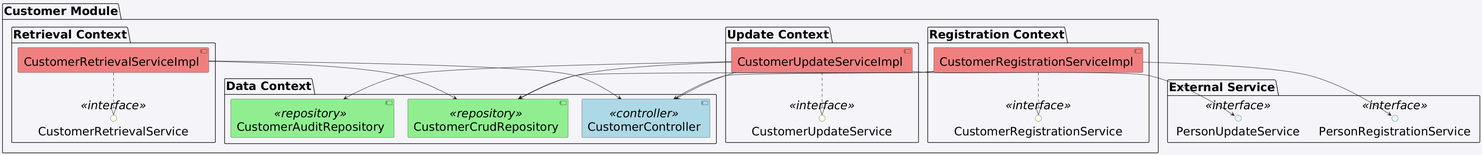
LazaroDamasceno/Dissertacao-Mestrado keeps this PlantUML diagram as figures/api/component_diagram_customer.png. Above is the earlier version.
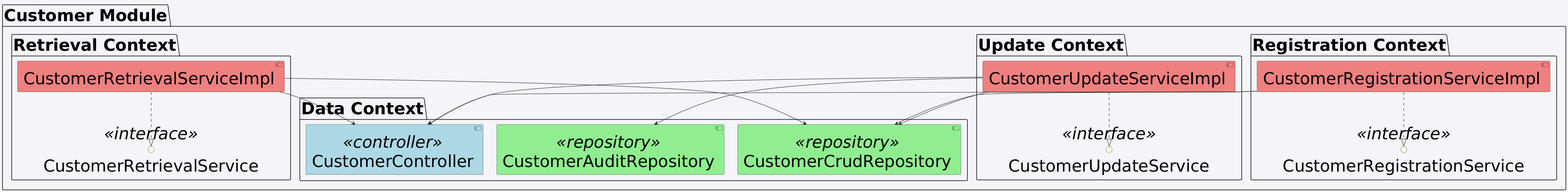
The same file after the commit.

Change to the diagram source:
```diff
@@ -1,51 +1,43 @@
 @startuml
 skinparam backgroundColor #f4f4f9
 skinparam componentStyle uml2
-skinparam defaultFontSize 30
+skinparam defaultFontSize 43
 
 package "Customer Module" {
 
-package "Data Context" {
-    component "CustomerController" <<controller>> #lightblue
-    component "CustomerCrudRepository" <<repository>> #lightgreen
-    component "CustomerAuditRepository" <<repository>> #lightgreen
-}
+    package "Data Context" {
+        component "CustomerController" <<controller>> #lightblue
+        component "CustomerCrudRepository" <<repository>> #lightgreen
+        component "CustomerAuditRepository" <<repository>> #lightgreen
+    }
 
-package "Registration Context" {
-    interface CustomerRegistrationService <<interface>> #lightyellow
-    component CustomerRegistrationServiceImpl #lightcoral
+    package "Registration Context" {
+        interface CustomerRegistrationService <<interface>> #lightyellow
+        component CustomerRegistrationServiceImpl #lightcoral
 
-    CustomerRegistrationServiceImpl ..|> CustomerRegistrationService
-    CustomerRegistrationServiceImpl --> CustomerCrudRepository
-    CustomerRegistrationServiceImpl --> CustomerController
-}
+        CustomerRegistrationServiceImpl ..|> CustomerRegistrationService
+        CustomerRegistrationServiceImpl --> CustomerCrudRepository
+        CustomerRegistrationServiceImpl --> CustomerController
+    }
 
-package "Update Context" {
-    interface CustomerUpdateService <<interface>> #lightyellow
-    component CustomerUpdateServiceImpl #lightcoral
+    package "Update Context" {
+        interface CustomerUpdateService <<interface>> #lightyellow
+        component CustomerUpdateServiceImpl #lightcoral
 
-    CustomerUpdateServiceImpl ..|> CustomerUpdateService
-    CustomerUpdateServiceImpl --> CustomerCrudRepository
-    CustomerUpdateServiceImpl --> CustomerAuditRepository
-    CustomerUpdateServiceImpl --> CustomerController
-}
+        CustomerUpdateServiceImpl ..|> CustomerUpdateService
+        CustomerUpdateServiceImpl --> CustomerCrudRepository
+        CustomerUpdateServiceImpl --> CustomerAuditRepository
+        CustomerUpdateServiceImpl --> CustomerController
+    }
 
-package "Retrieval Context" {
-    interface CustomerRetrievalService <<interface>> #lightyellow
-    component CustomerRetrievalServiceImpl #lightcoral
+    package "Retrieval Context" {
+        interface CustomerRetrievalService <<interface>> #lightyellow
+        component CustomerRetrievalServiceImpl #lightcoral
 
-    CustomerRetrievalServiceImpl ..|> CustomerRetrievalService
-    CustomerRetrievalServiceImpl --> CustomerCrudRepository
-    CustomerRetrievalServiceImpl --> CustomerController
-}
+        CustomerRetrievalServiceImpl ..|> CustomerRetrievalService
+        CustomerRetrievalServiceImpl --> CustomerCrudRepository
+        CustomerRetrievalServiceImpl --> CustomerController
+    }
 
 }
-
-package "External Service" {
-    interface "PersonRegistrationService" <<interface>> #lightcyan
-    interface "PersonUpdateService" <<interface>> #lightcyan
-}
-
-CustomerRegistrationServiceImpl --> PersonRegistrationService
-CustomerUpdateServiceImpl --> PersonUpdateService
 @enduml
```
